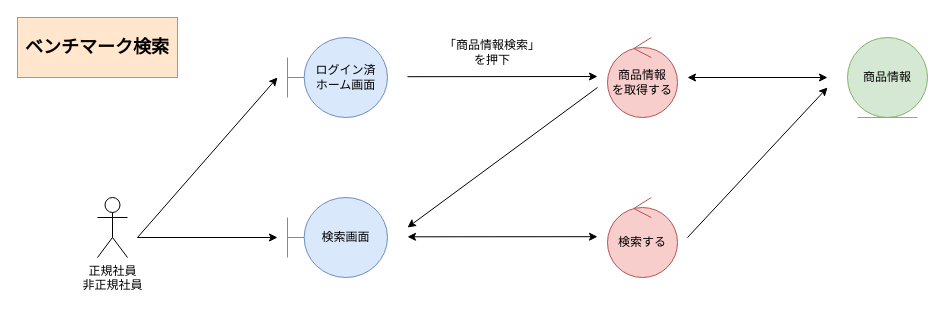
Above: page "*ベンチマーク検索" (3 of 3) of 各種設計書/3ロバストネス図/商品情報管理/2.検索機能.drawio in HaruShim/Sotuken (draw.io), before the change. Source tidied: cells renumbered, new cells numbered last; positions are measured from the earlier drawing's top-left corner, leaving out a move shared by most shapes. Both pictures are drawn from the tidied source at 100%, with x=0, y=0 at pixel (17, 17).
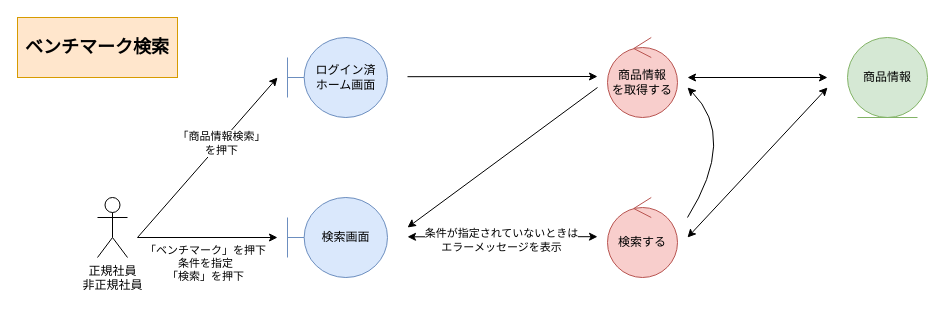
After the change.

Diff of the diagram source:
```diff
@@
-    <mxCell id="7" style="endArrow=classic;html=1;rounded=0;" parent="1" edge="1">
-      <mxGeometry relative="1" as="geometry">
-        <mxPoint x="390" y="59.2" as="sourcePoint" />
-        <mxPoint x="580" y="59" as="targetPoint" />
-      </mxGeometry>
-    </mxCell>
+    <mxCell id="17" style="endArrow=classic;html=1;rounded=0;" parent="1" edge="1">
+      <mxGeometry relative="1" as="geometry">
+        <mxPoint x="390" y="59.2" as="sourcePoint" />
+        <mxPoint x="580" y="59" as="targetPoint" />
+      </mxGeometry>
+    </mxCell>
+    <mxCell id="18" style="endArrow=classic;html=1;rounded=0;" parent="1" edge="1">
+      <mxGeometry relative="1" as="geometry">
+        <mxPoint x="120" y="220" as="sourcePoint" />
+        <mxPoint x="260" y="60" as="targetPoint" />
+      </mxGeometry>
+    </mxCell>
-    <mxCell id="8" value="「商品情報検索」&lt;br&gt;を押下" style="text;html=1;strokeColor=none;fillColor=none;align=center;verticalAlign=middle;whiteSpace=wrap;rounded=0;" parent="1" vertex="1">
-      <mxGeometry x="420" y="20" width="110" height="30" as="geometry" />
+    <mxCell id="8" value="「商品情報検索」&lt;br&gt;を押下" style="edgeLabel;html=1;align=center;verticalAlign=middle;fontColor=default;" parent="18" vertex="1">
+      <mxGeometry x="0.18" y="-1" relative="1" as="geometry">
+        <mxPoint y="-1" as="offset" />
+      </mxGeometry>
     </mxCell>
-    <mxCell id="9" style="endArrow=classic;html=1;rounded=0;" parent="1" edge="1">
-      <mxGeometry relative="1" as="geometry">
-        <mxPoint x="120" y="220" as="sourcePoint" />
-        <mxPoint x="260" y="60" as="targetPoint" />
-      </mxGeometry>
-    </mxCell>
-    <mxCell id="10" style="endArrow=classic;html=1;rounded=0;" parent="1" edge="1">
-      <mxGeometry relative="1" as="geometry">
-        <mxPoint x="120" y="220" as="sourcePoint" />
-        <mxPoint x="260" y="220" as="targetPoint" />
-      </mxGeometry>
-    </mxCell>
-    <mxCell id="11" style="endArrow=classic;html=1;rounded=0;startArrow=classic;startFill=1;" parent="1" edge="1">
-      <mxGeometry relative="1" as="geometry">
-        <mxPoint x="670" y="60" as="sourcePoint" />
-        <mxPoint x="810" y="60" as="targetPoint" />
-      </mxGeometry>
-    </mxCell>
-    <mxCell id="12" style="endArrow=classic;html=1;rounded=0;startArrow=none;startFill=0;endFill=1;" parent="1" edge="1">
-      <mxGeometry relative="1" as="geometry">
-        <mxPoint x="580" y="70" as="sourcePoint" />
-        <mxPoint x="390" y="210" as="targetPoint" />
-      </mxGeometry>
-    </mxCell>
-    <mxCell id="13" style="endArrow=classic;html=1;rounded=0;startArrow=classic;startFill=1;" parent="1" edge="1">
-      <mxGeometry relative="1" as="geometry">
-        <mxPoint x="390" y="219.3" as="sourcePoint" />
-        <mxPoint x="580" y="219.2" as="targetPoint" />
-      </mxGeometry>
-    </mxCell>
+    <mxCell id="19" style="endArrow=classic;html=1;rounded=0;" parent="1" edge="1">
+      <mxGeometry relative="1" as="geometry">
+        <mxPoint x="120" y="220" as="sourcePoint" />
+        <mxPoint x="260" y="220" as="targetPoint" />
+      </mxGeometry>
+    </mxCell>
+    <mxCell id="20" value="「ベンチマーク」を押下&lt;br&gt;条件を指定&lt;br&gt;「検索」を押下" style="edgeLabel;html=1;align=center;verticalAlign=middle;fontColor=default;" parent="19" vertex="1">
+      <mxGeometry x="0.2" relative="1" as="geometry">
+        <mxPoint x="-17" y="25" as="offset" />
+      </mxGeometry>
+    </mxCell>
+    <mxCell id="21" style="endArrow=classic;html=1;rounded=0;startArrow=classic;startFill=1;" parent="1" edge="1">
+      <mxGeometry relative="1" as="geometry">
+        <mxPoint x="670" y="60" as="sourcePoint" />
+        <mxPoint x="810" y="60" as="targetPoint" />
+      </mxGeometry>
+    </mxCell>
+    <mxCell id="22" style="endArrow=classic;html=1;rounded=0;startArrow=none;startFill=0;endFill=1;" parent="1" edge="1">
+      <mxGeometry relative="1" as="geometry">
+        <mxPoint x="580" y="70" as="sourcePoint" />
+        <mxPoint x="390" y="210" as="targetPoint" />
+      </mxGeometry>
+    </mxCell>
+    <mxCell id="23" style="endArrow=classic;html=1;rounded=0;startArrow=classic;startFill=1;" parent="1" edge="1">
+      <mxGeometry relative="1" as="geometry">
+        <mxPoint x="390" y="219.3" as="sourcePoint" />
+        <mxPoint x="580" y="219.2" as="targetPoint" />
+      </mxGeometry>
+    </mxCell>
+    <mxCell id="24" value="条件が指定されていないときは&lt;br&gt;エラーメッセージを表示" style="edgeLabel;html=1;align=center;verticalAlign=middle;fontColor=default;" parent="23" vertex="1">
+      <mxGeometry x="-0.24" y="2" relative="1" as="geometry">
+        <mxPoint x="22" y="5" as="offset" />
+      </mxGeometry>
+    </mxCell>
@@
-    <mxCell id="15" style="endArrow=classic;html=1;rounded=0;startArrow=none;startFill=0;endFill=1;" parent="1" edge="1">
-      <mxGeometry relative="1" as="geometry">
-        <mxPoint x="670" y="220" as="sourcePoint" />
-        <mxPoint x="810" y="70" as="targetPoint" />
-      </mxGeometry>
-    </mxCell>
+    <mxCell id="25" style="endArrow=classic;html=1;rounded=0;startArrow=classic;startFill=1;endFill=1;strokeColor=default;labelBackgroundColor=default;fontColor=default;" parent="1" edge="1">
+      <mxGeometry relative="1" as="geometry">
+        <mxPoint x="670" y="220" as="sourcePoint" />
+        <mxPoint x="810" y="70" as="targetPoint" />
+      </mxGeometry>
+    </mxCell>
@@
+    <mxCell id="26" style="curved=1;endArrow=classic;html=1;rounded=0;labelBackgroundColor=default;fontColor=default;strokeColor=default;" parent="1" edge="1">
+      <mxGeometry relative="1" as="geometry">
+        <mxPoint x="670" y="200" as="sourcePoint" />
+        <mxPoint x="670" y="70" as="targetPoint" />
+        <Array as="points">
+          <mxPoint x="720" y="120" />
+        </Array>
+      </mxGeometry>
+    </mxCell>
```
